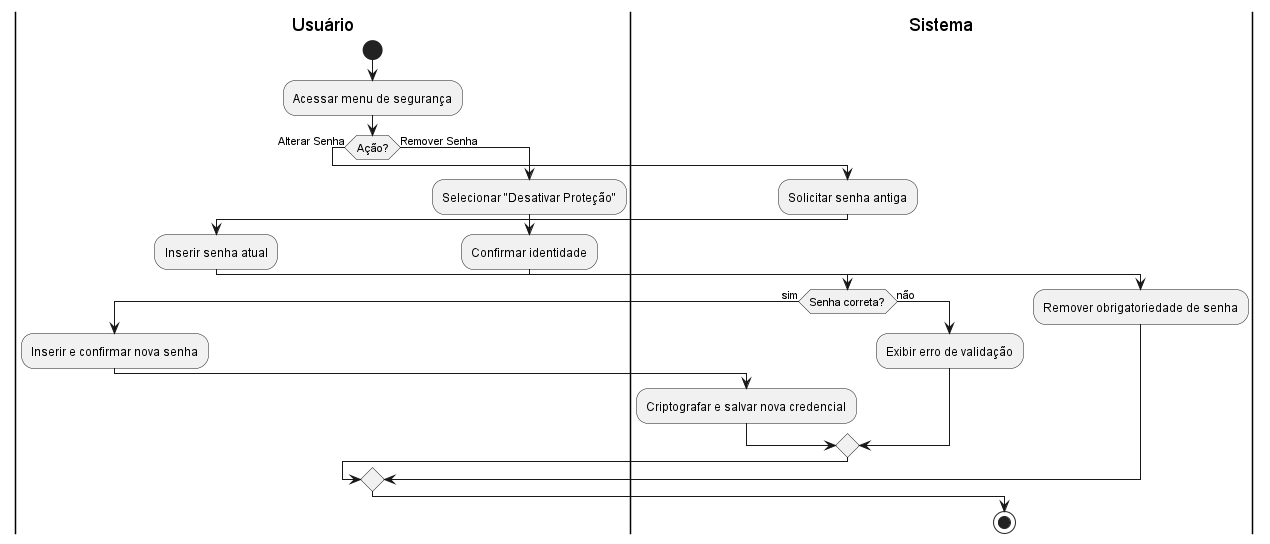
Above: docs/casosUso/imagens/diagramas_atividade/diagrama_UC16.png in aspiringluke/Projeto-Integrado-Mobile (PlantUML), before the change. The source it was exported from:
```plantuml
@startuml diagrama_UC16

|Usuário|
start
:Acessar menu de segurança;

if (Ação?) then (Alterar Senha)
  |Sistema|
  :Solicitar senha antiga;
  |Usuário|
  :Inserir senha atual;
  |Sistema|
  if (Senha correta?) then (sim)
    |Usuário|
    :Inserir e confirmar nova senha;
    |Sistema|
    :Criptografar e salvar nova credencial;
  else (não)
    :Exibir erro de validação;
  endif
else (Remover Senha)
  |Usuário|
  :Selecionar "Desativar Proteção";
  :Confirmar identidade;
  |Sistema|
  :Remover obrigatoriedade de senha;
endif

stop
@enduml
```
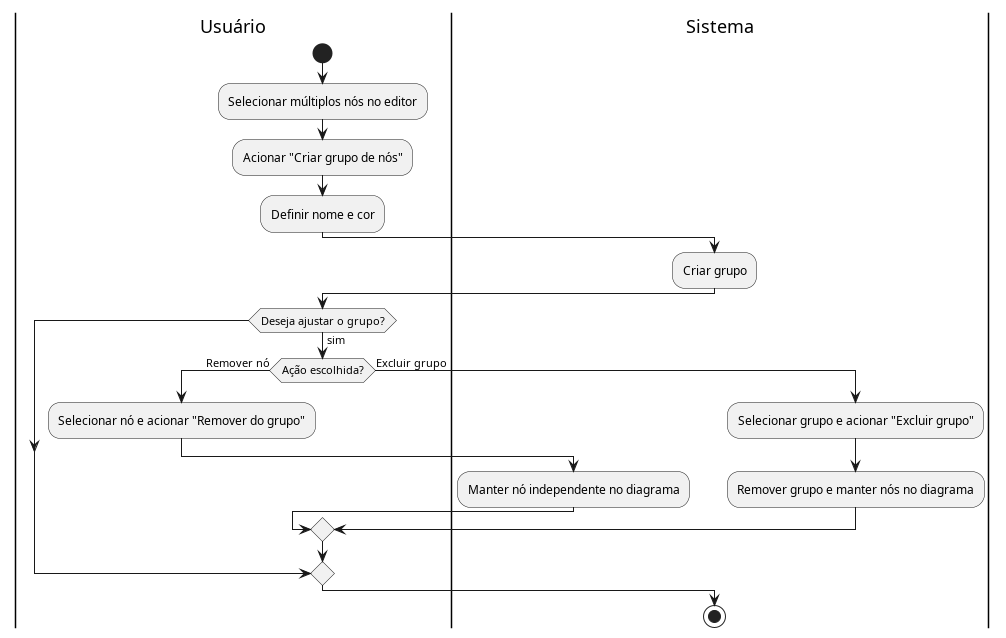
The same diagram one commit later.

The edit, as a diff of the source:
```diff
@@ -2,28 +2,24 @@
 
 |Usuário|
 start
-:Acessar menu de segurança;
+:Selecionar múltiplos nós no editor;
+:Acionar "Criar grupo de nós";
+:Definir nome e cor;
 
-if (Ação?) then (Alterar Senha)
+|Sistema|
+:Criar grupo;
+
+|Usuário|
+if (Deseja ajustar o grupo?) then (sim)
+  if (Ação escolhida?) then (Remover nó)
+  :Selecionar nó e acionar "Remover do grupo";
   |Sistema|
-  :Solicitar senha antiga;
-  |Usuário|
-  :Inserir senha atual;
-  |Sistema|
-  if (Senha correta?) then (sim)
-    |Usuário|
-    :Inserir e confirmar nova senha;
+  :Manter nó independente no diagrama;
+  else (Excluir grupo)
+  :Selecionar grupo e acionar "Excluir grupo";
     |Sistema|
-    :Criptografar e salvar nova credencial;
-  else (não)
-    :Exibir erro de validação;
+    :Remover grupo e manter nós no diagrama;
   endif
-else (Remover Senha)
-  |Usuário|
-  :Selecionar "Desativar Proteção";
-  :Confirmar identidade;
-  |Sistema|
-  :Remover obrigatoriedade de senha;
 endif
 
 stop
```
